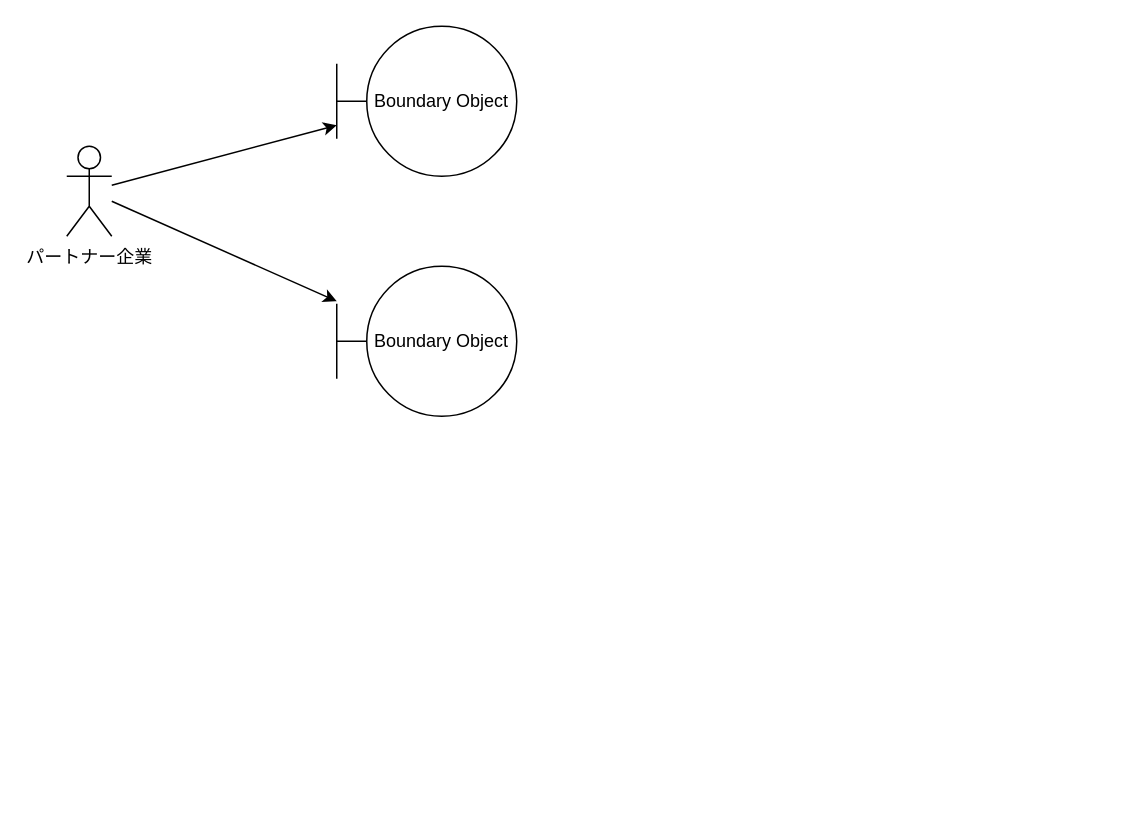
Earlier version of the draw.io diagram page "ログイン" (8 of 9) of out/ロバストネス図/パートナー企業-ロバストネス図.drawio (ksw2270227/GroupF). Source tidied: cells renumbered, new cells numbered last; positions are measured from the earlier drawing's top-left corner, leaving out a move shared by most shapes. Both pictures are drawn from the tidied source at 150%, with x=0, y=0 at pixel (66, 26).
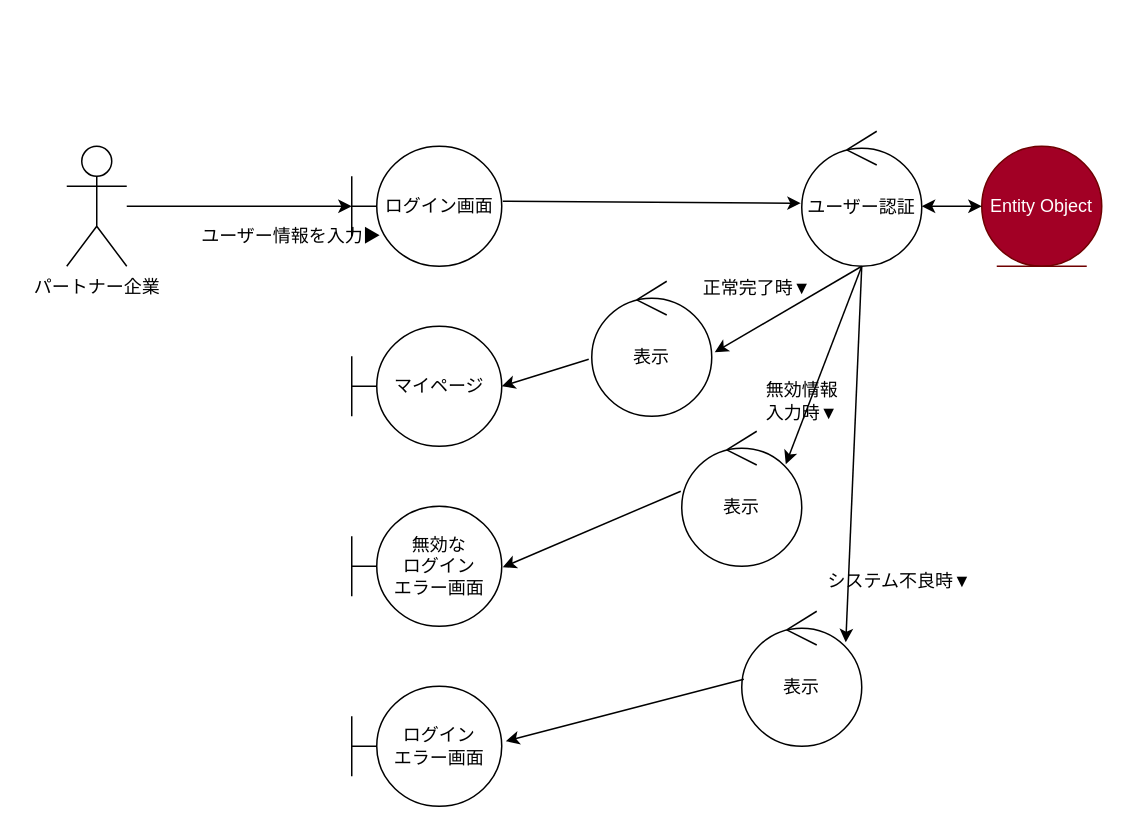
The same diagram, later.

What changed in the source:
```diff
@@
-    <mxCell id="2" style="edgeStyle=none;html=1;" parent="1" edge="1" source="4" target="6">
-      <mxGeometry relative="1" as="geometry" />
-    </mxCell>
-    <mxCell id="3" style="edgeStyle=none;html=1;" parent="1" edge="1" source="4" target="5">
-      <mxGeometry relative="1" as="geometry" />
-    </mxCell>
-    <mxCell id="4" value="パートナー企業" style="shape=umlActor;verticalLabelPosition=bottom;verticalAlign=top;html=1;" parent="1" vertex="1">
-      <mxGeometry y="80" width="30" height="60" as="geometry" />
+    <mxCell id="4" value="パートナー企業" style="shape=umlActor;verticalLabelPosition=bottom;verticalAlign=top;html=1;outlineConnect=0;" parent="1" vertex="1">
+      <mxGeometry y="80" width="40" height="80" as="geometry" />
     </mxCell>
-    <mxCell id="5" value="Boundary Object" style="shape=umlBoundary;whiteSpace=wrap;html=1;" parent="1" vertex="1">
-      <mxGeometry x="180" y="160" width="120" height="100" as="geometry" />
-    </mxCell>
-    <mxCell id="6" value="Boundary Object" style="shape=umlBoundary;whiteSpace=wrap;html=1;" parent="1" vertex="1">
-      <mxGeometry x="180" width="120" height="100" as="geometry" />
-    </mxCell>
+    <mxCell id="7" value="表示" style="ellipse;shape=umlControl;whiteSpace=wrap;html=1;" parent="1" vertex="1">
+      <mxGeometry x="350" y="170" width="80" height="90" as="geometry" />
+    </mxCell>
+    <mxCell id="8" value="Entity Object" style="ellipse;shape=umlEntity;whiteSpace=wrap;html=1;fillColor=#a20025;fontColor=#ffffff;strokeColor=#6F0000;" parent="1" vertex="1">
+      <mxGeometry x="610" y="80" width="80" height="80" as="geometry" />
+    </mxCell>
+    <mxCell id="9" value="ログイン画面" style="shape=umlBoundary;whiteSpace=wrap;html=1;" parent="1" vertex="1">
+      <mxGeometry x="190" y="80" width="100" height="80" as="geometry" />
+    </mxCell>
+    <mxCell id="10" value="無効な&lt;br&gt;ログイン&lt;br&gt;エラー画面" style="shape=umlBoundary;whiteSpace=wrap;html=1;" parent="1" vertex="1">
+      <mxGeometry x="190" y="320" width="100" height="80" as="geometry" />
+    </mxCell>
+    <mxCell id="11" value="マイページ" style="shape=umlBoundary;whiteSpace=wrap;html=1;" parent="1" vertex="1">
+      <mxGeometry x="190" y="200" width="100" height="80" as="geometry" />
+    </mxCell>
+    <mxCell id="12" value="表示" style="ellipse;shape=umlControl;whiteSpace=wrap;html=1;" parent="1" vertex="1">
+      <mxGeometry x="410" y="270" width="80" height="90" as="geometry" />
+    </mxCell>
+    <mxCell id="13" value="ユーザー認証" style="ellipse;shape=umlControl;whiteSpace=wrap;html=1;" parent="1" vertex="1">
+      <mxGeometry x="490" y="70" width="80" height="90" as="geometry" />
+    </mxCell>
+    <mxCell id="14" style="endArrow=classic;html=1;" parent="1" edge="1" source="4">
+      <mxGeometry relative="1" as="geometry">
+        <mxPoint x="190" y="120" as="targetPoint" />
+      </mxGeometry>
+    </mxCell>
+    <mxCell id="15" style="endArrow=classic;html=1;exitX=1.007;exitY=0.458;exitDx=0;exitDy=0;exitPerimeter=0;entryX=-0.008;entryY=0.533;entryDx=0;entryDy=0;entryPerimeter=0;" parent="1" edge="1" source="9" target="13">
+      <mxGeometry relative="1" as="geometry" />
+    </mxCell>
+    <mxCell id="16" style="endArrow=classic;startArrow=classic;html=1;entryX=0;entryY=0.5;entryDx=0;entryDy=0;" parent="1" edge="1" target="8">
+      <mxGeometry relative="1" as="geometry">
+        <mxPoint x="570" y="120" as="sourcePoint" />
+      </mxGeometry>
+    </mxCell>
+    <mxCell id="17" style="endArrow=classic;html=1;entryX=1.025;entryY=0.526;entryDx=0;entryDy=0;entryPerimeter=0;" parent="1" edge="1" target="7">
+      <mxGeometry relative="1" as="geometry">
+        <mxPoint x="530" y="160" as="sourcePoint" />
+      </mxGeometry>
+    </mxCell>
+    <mxCell id="18" style="endArrow=classic;html=1;exitX=-0.025;exitY=0.578;exitDx=0;exitDy=0;exitPerimeter=0;" parent="1" edge="1" source="7">
+      <mxGeometry relative="1" as="geometry">
+        <mxPoint x="290" y="240" as="targetPoint" />
+      </mxGeometry>
+    </mxCell>
+    <mxCell id="19" style="endArrow=classic;html=1;entryX=0.867;entryY=0.244;entryDx=0;entryDy=0;entryPerimeter=0;" parent="1" edge="1" target="12">
+      <mxGeometry relative="1" as="geometry">
+        <mxPoint x="530" y="160" as="sourcePoint" />
+      </mxGeometry>
+    </mxCell>
+    <mxCell id="20" style="endArrow=classic;html=1;exitX=-0.008;exitY=0.444;exitDx=0;exitDy=0;exitPerimeter=0;entryX=1.007;entryY=0.508;entryDx=0;entryDy=0;entryPerimeter=0;" parent="1" edge="1" source="12" target="10">
+      <mxGeometry relative="1" as="geometry" />
+    </mxCell>
+    <mxCell id="21" value="ユーザー情報を入力▶" style="text;html=1;strokeColor=none;fillColor=none;align=center;verticalAlign=middle;whiteSpace=wrap;rounded=0;" parent="1" vertex="1">
+      <mxGeometry x="80" y="130" width="140" height="20" as="geometry" />
+    </mxCell>
+    <mxCell id="22" value="表示" style="ellipse;shape=umlControl;whiteSpace=wrap;html=1;" parent="1" vertex="1">
+      <mxGeometry x="450" y="390" width="80" height="90" as="geometry" />
+    </mxCell>
+    <mxCell id="23" value="ログイン&lt;br&gt;エラー画面" style="shape=umlBoundary;whiteSpace=wrap;html=1;" parent="1" vertex="1">
+      <mxGeometry x="190" y="440" width="100" height="80" as="geometry" />
+    </mxCell>
+    <mxCell id="24" style="endArrow=classic;html=1;entryX=1.027;entryY=0.458;entryDx=0;entryDy=0;entryPerimeter=0;exitX=0.017;exitY=0.504;exitDx=0;exitDy=0;exitPerimeter=0;" parent="1" edge="1" source="22" target="23">
+      <mxGeometry relative="1" as="geometry" />
+    </mxCell>
+    <mxCell id="25" style="endArrow=classic;html=1;entryX=0.867;entryY=0.23;entryDx=0;entryDy=0;entryPerimeter=0;" parent="1" edge="1" target="22">
+      <mxGeometry relative="1" as="geometry">
+        <mxPoint x="530" y="160" as="sourcePoint" />
+      </mxGeometry>
+    </mxCell>
+    <mxCell id="26" value="無効情報&lt;br&gt;入力時▼" style="text;html=1;align=center;verticalAlign=middle;strokeColor=none;fillColor=none;" parent="1" vertex="1">
+      <mxGeometry x="455" y="230" width="70" height="40" as="geometry" />
+    </mxCell>
+    <mxCell id="27" value="システム不良時▼" style="text;html=1;align=center;verticalAlign=middle;strokeColor=none;fillColor=none;" parent="1" vertex="1">
+      <mxGeometry x="495" y="355" width="120" height="30" as="geometry" />
+    </mxCell>
+    <mxCell id="28" value="正常完了時▼" style="text;html=1;align=center;verticalAlign=middle;strokeColor=none;fillColor=none;" parent="1" vertex="1">
+      <mxGeometry x="410" y="160" width="100" height="30" as="geometry" />
+    </mxCell>
```
